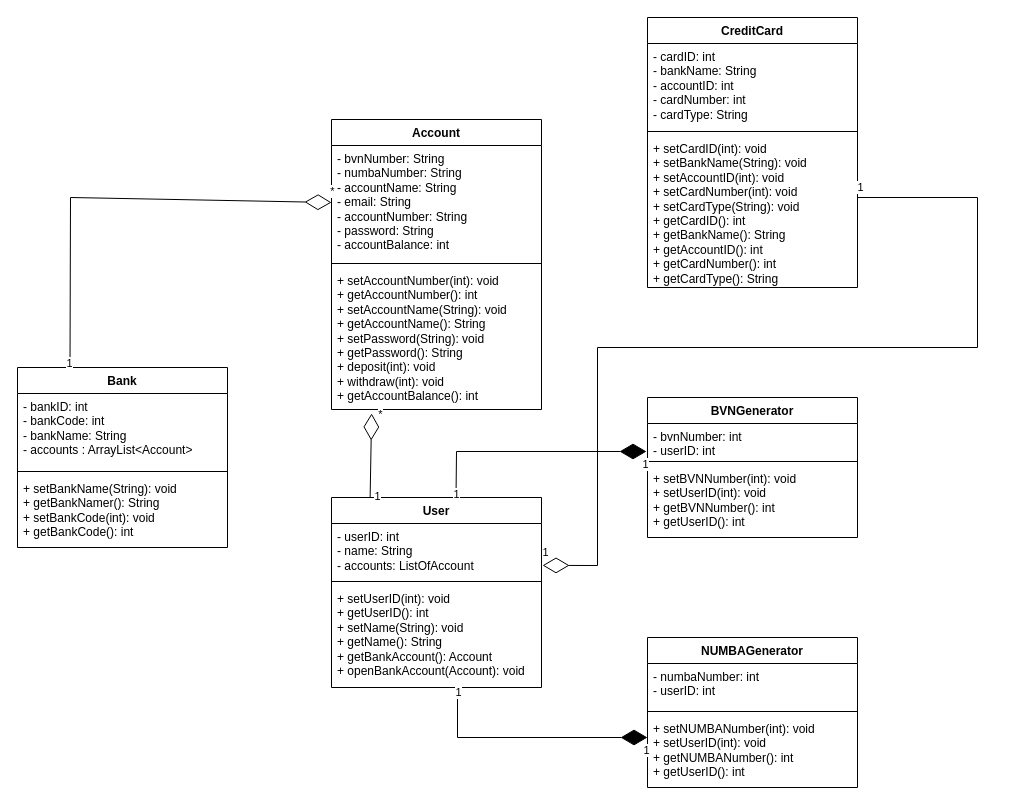
Earlier version of the draw.io diagram Diagrams/Bank System v2.0 Class Diagram.drawio (Adamsonoladipupo/Bank-System-v2.0). Source tidied: cells renumbered, new cells numbered last; positions are measured from the earlier drawing's top-left corner, leaving out a move shared by most shapes. Both pictures are drawn from the tidied source at 100%, with x=0, y=0 at pixel (17, 17).
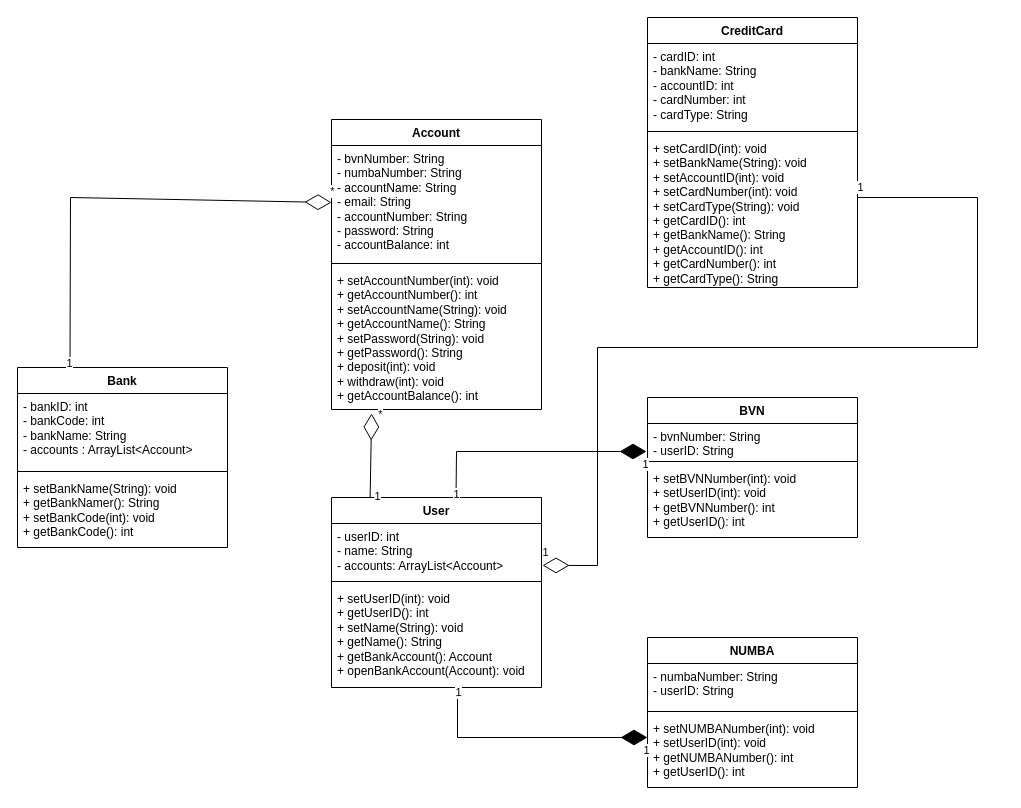
Above is the later version.

The change refers to these unchanged cells:
```xml
<mxCell id="22" value="User" style="swimlane;fontStyle=1;align=center;verticalAlign=top;horizontal=1;startSize=26;whiteSpace=wrap;html=1;" parent="1" vertex="1">
  <mxGeometry x="314" y="480" width="210" height="190" as="geometry" />
</mxCell>
```

The edit, as a diff of the source:
```diff
@@
-    <mxCell id="14" value="BVNGenerator" style="swimlane;fontStyle=1;align=center;verticalAlign=top;horizontal=1;startSize=26;whiteSpace=wrap;html=1;" parent="1" vertex="1">
+    <mxCell id="14" value="BVN" style="swimlane;fontStyle=1;align=center;verticalAlign=top;horizontal=1;startSize=26;whiteSpace=wrap;html=1;" parent="1" vertex="1">
       <mxGeometry x="630" y="380" width="210" height="140" as="geometry" />
     </mxCell>
-    <mxCell id="15" value="- bvnNumber: int&lt;div&gt;- userID: int&lt;/div&gt;" style="text;strokeColor=none;fillColor=none;align=left;verticalAlign=top;spacingLeft=4;spacingRight=4;overflow=hidden;whiteSpace=wrap;html=1;" parent="14" vertex="1">
+    <mxCell id="15" value="- bvnNumber: String&lt;div&gt;- userID: String&lt;/div&gt;" style="text;strokeColor=none;fillColor=none;align=left;verticalAlign=top;spacingLeft=4;spacingRight=4;overflow=hidden;whiteSpace=wrap;html=1;" parent="14" vertex="1">
       <mxGeometry y="26" width="210" height="34" as="geometry" />
     </mxCell>
@@
-    <mxCell id="18" value="NUMBAGenerator" style="swimlane;fontStyle=1;align=center;verticalAlign=top;horizontal=1;startSize=26;whiteSpace=wrap;html=1;" parent="1" vertex="1">
+    <mxCell id="18" value="NUMBA" style="swimlane;fontStyle=1;align=center;verticalAlign=top;horizontal=1;startSize=26;whiteSpace=wrap;html=1;" parent="1" vertex="1">
       <mxGeometry x="630" y="620" width="210" height="150" as="geometry" />
     </mxCell>
-    <mxCell id="19" value="- numbaNumber: int&lt;div&gt;- userID: int&lt;/div&gt;" style="text;strokeColor=none;fillColor=none;align=left;verticalAlign=top;spacingLeft=4;spacingRight=4;overflow=hidden;whiteSpace=wrap;html=1;" parent="18" vertex="1">
+    <mxCell id="19" value="- numbaNumber: String&lt;div&gt;- userID: String&lt;/div&gt;" style="text;strokeColor=none;fillColor=none;align=left;verticalAlign=top;spacingLeft=4;spacingRight=4;overflow=hidden;whiteSpace=wrap;html=1;" parent="18" vertex="1">
       <mxGeometry y="26" width="210" height="44" as="geometry" />
     </mxCell>
@@
-    <mxCell id="23" value="&lt;div&gt;- userID: int&lt;/div&gt;- name: String&lt;div&gt;- accounts: ListOfAccount&lt;/div&gt;" style="text;strokeColor=none;fillColor=none;align=left;verticalAlign=top;spacingLeft=4;spacingRight=4;overflow=hidden;points=[[0,0.5],[1,0.5]];portConstraint=eastwest;whiteSpace=wrap;html=1;" parent="22" vertex="1">
+    <mxCell id="23" value="&lt;div&gt;- userID: int&lt;/div&gt;- name: String&lt;div&gt;- accounts: ArrayList&amp;lt;Account&amp;gt;&lt;/div&gt;" style="text;strokeColor=none;fillColor=none;align=left;verticalAlign=top;spacingLeft=4;spacingRight=4;overflow=hidden;points=[[0,0.5],[1,0.5]];portConstraint=eastwest;whiteSpace=wrap;html=1;" parent="22" vertex="1">
       <mxGeometry y="26" width="210" height="54" as="geometry" />
     </mxCell>
```
